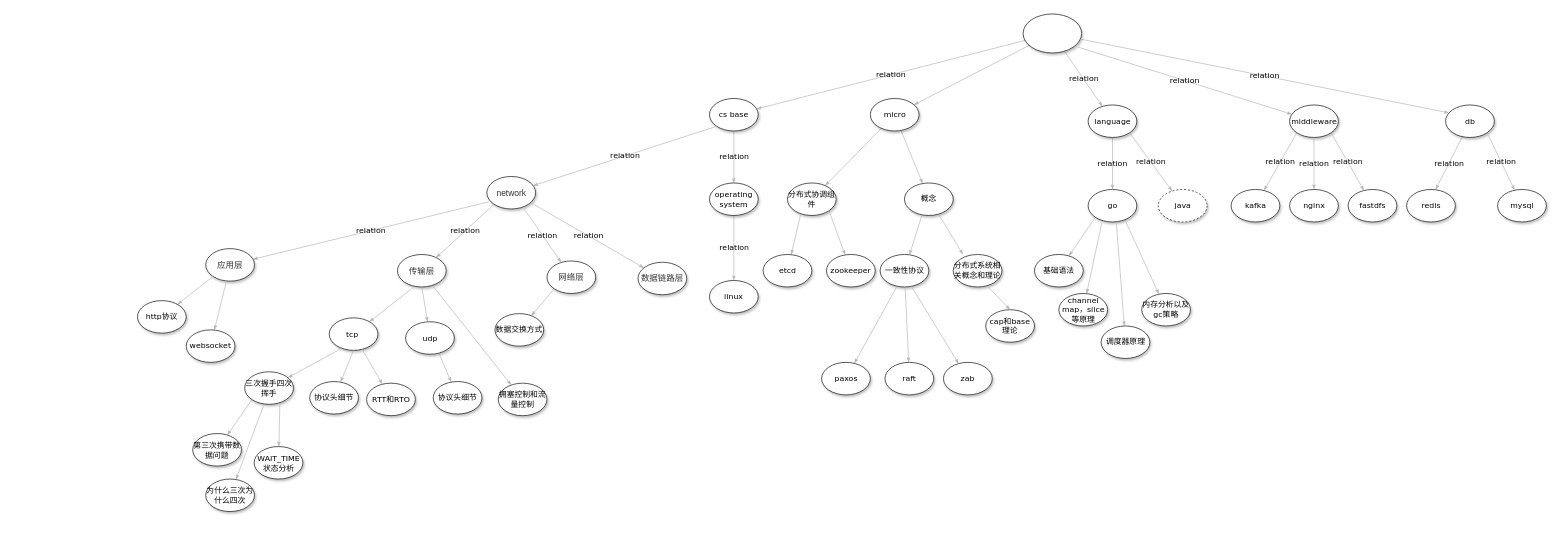
Before: interview-mindmap.drawio in yankooo/draw.io, a draw.io diagram. Source tidied: cells renumbered, new cells numbered last; positions are measured from the earlier drawing's top-left corner, leaving out a move shared by most shapes. Both pictures are drawn from the tidied source at 65%, with x=0, y=0 at pixel (137, 14).
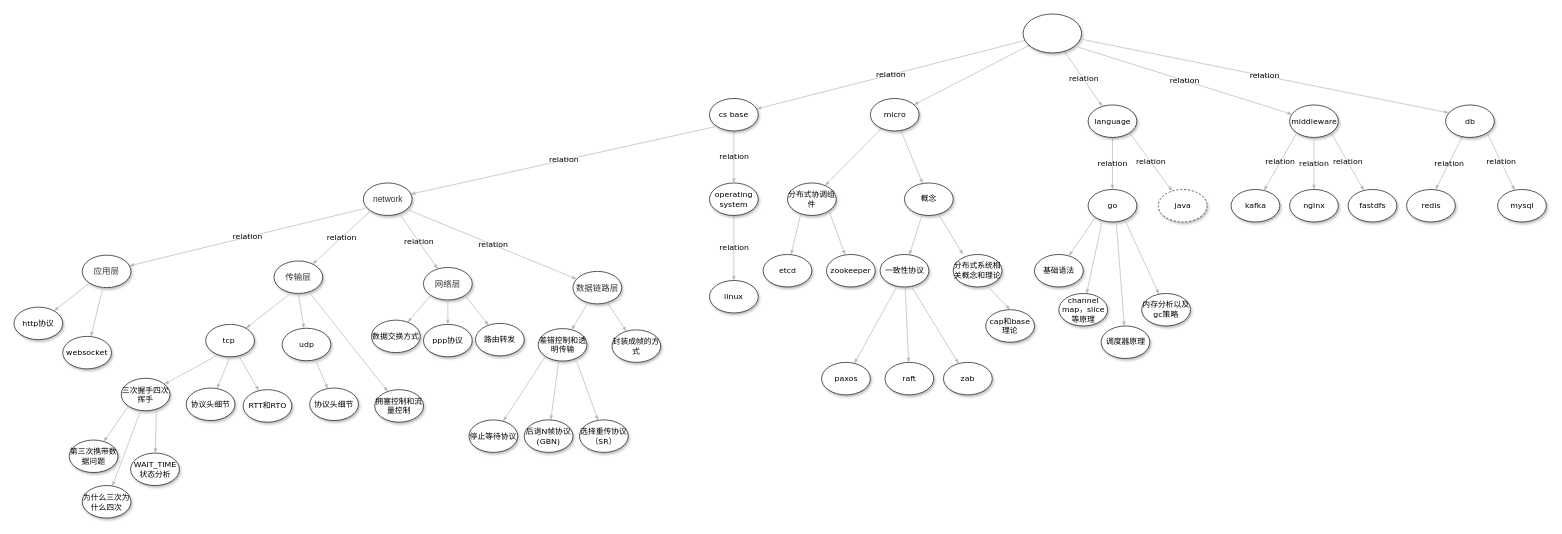
The same page after the edit.

Diff of the diagram source:
```diff
@@
     <mxCell id="36" value="&lt;font color=&quot;#333333&quot; face=&quot;arial&quot;&gt;&lt;span style=&quot;font-size: 13px ; background-color: rgb(255 , 255 , 255)&quot;&gt;network&lt;/span&gt;&lt;/font&gt;" style="ellipse;whiteSpace=wrap;html=1;rounded=0;shadow=1;comic=0;labelBackgroundColor=none;strokeWidth=1;fontFamily=Verdana;fontSize=12;align=center;" parent="1" vertex="1">
-      <mxGeometry x="537.5" y="250" width="75" height="50" as="geometry" />
+      <mxGeometry x="347.5" y="260" width="75" height="50" as="geometry" />
     </mxCell>
@@
     <mxCell id="62" value="&lt;font color=&quot;#333333&quot; face=&quot;arial&quot;&gt;&lt;span style=&quot;font-size: 13px&quot;&gt;传输层&lt;/span&gt;&lt;/font&gt;" style="ellipse;whiteSpace=wrap;html=1;rounded=0;shadow=1;comic=0;labelBackgroundColor=none;strokeWidth=1;fontFamily=Verdana;fontSize=12;align=center;" parent="1" vertex="1">
-      <mxGeometry x="400" y="370" width="75" height="50" as="geometry" />
+      <mxGeometry x="210" y="380" width="75" height="50" as="geometry" />
     </mxCell>
@@
     <mxCell id="64" value="&lt;font color=&quot;#333333&quot; face=&quot;arial&quot;&gt;&lt;span style=&quot;font-size: 13px&quot;&gt;应用层&lt;/span&gt;&lt;/font&gt;" style="ellipse;whiteSpace=wrap;html=1;rounded=0;shadow=1;comic=0;labelBackgroundColor=none;strokeWidth=1;fontFamily=Verdana;fontSize=12;align=center;" parent="1" vertex="1">
-      <mxGeometry x="105" y="361" width="75" height="50" as="geometry" />
+      <mxGeometry x="-85" y="371" width="75" height="50" as="geometry" />
     </mxCell>
@@
     <mxCell id="66" value="&lt;font color=&quot;#333333&quot; face=&quot;arial&quot;&gt;&lt;span style=&quot;font-size: 13px&quot;&gt;网络层&lt;/span&gt;&lt;/font&gt;" style="ellipse;whiteSpace=wrap;html=1;rounded=0;shadow=1;comic=0;labelBackgroundColor=none;strokeWidth=1;fontFamily=Verdana;fontSize=12;align=center;" parent="1" vertex="1">
-      <mxGeometry x="630" y="380" width="75" height="50" as="geometry" />
+      <mxGeometry x="440" y="390" width="75" height="50" as="geometry" />
     </mxCell>
@@
     <mxCell id="68" value="&lt;font color=&quot;#333333&quot; face=&quot;arial&quot;&gt;&lt;span style=&quot;font-size: 13px&quot;&gt;数据链路层&lt;/span&gt;&lt;/font&gt;" style="ellipse;whiteSpace=wrap;html=1;rounded=0;shadow=1;comic=0;labelBackgroundColor=none;strokeWidth=1;fontFamily=Verdana;fontSize=12;align=center;" parent="1" vertex="1">
-      <mxGeometry x="770" y="382" width="75" height="50" as="geometry" />
+      <mxGeometry x="670" y="396" width="75" height="50" as="geometry" />
     </mxCell>
@@
     <mxCell id="70" value="&lt;span&gt;http协议&lt;/span&gt;" style="ellipse;whiteSpace=wrap;html=1;rounded=0;shadow=1;comic=0;labelBackgroundColor=none;strokeWidth=1;fontFamily=Verdana;fontSize=12;align=center;" parent="1" vertex="1">
-      <mxGeometry y="441" width="75" height="50" as="geometry" />
+      <mxGeometry x="-190" y="451" width="75" height="50" as="geometry" />
     </mxCell>
@@
     <mxCell id="72" value="&lt;span&gt;websocket&lt;/span&gt;" style="ellipse;whiteSpace=wrap;html=1;rounded=0;shadow=1;comic=0;labelBackgroundColor=none;strokeWidth=1;fontFamily=Verdana;fontSize=12;align=center;" parent="1" vertex="1">
-      <mxGeometry x="75" y="486" width="75" height="50" as="geometry" />
+      <mxGeometry x="-115" y="496" width="75" height="50" as="geometry" />
     </mxCell>
@@
     <mxCell id="74" value="&lt;span&gt;tcp&amp;nbsp;&lt;/span&gt;" style="ellipse;whiteSpace=wrap;html=1;rounded=0;shadow=1;comic=0;labelBackgroundColor=none;strokeWidth=1;fontFamily=Verdana;fontSize=12;align=center;" parent="1" vertex="1">
-      <mxGeometry x="295" y="467.5" width="75" height="50" as="geometry" />
+      <mxGeometry x="105" y="477.5" width="75" height="50" as="geometry" />
     </mxCell>
@@
     <mxCell id="76" value="拥塞控制和流量控制" style="ellipse;whiteSpace=wrap;html=1;rounded=0;shadow=1;comic=0;labelBackgroundColor=none;strokeWidth=1;fontFamily=Verdana;fontSize=12;align=center;" parent="1" vertex="1">
-      <mxGeometry x="555" y="568" width="75" height="50" as="geometry" />
+      <mxGeometry x="365" y="578" width="75" height="50" as="geometry" />
     </mxCell>
@@
     <mxCell id="78" value="&lt;span&gt;udp&lt;/span&gt;" style="ellipse;whiteSpace=wrap;html=1;rounded=0;shadow=1;comic=0;labelBackgroundColor=none;strokeWidth=1;fontFamily=Verdana;fontSize=12;align=center;" parent="1" vertex="1">
-      <mxGeometry x="412.5" y="473.5" width="75" height="50" as="geometry" />
+      <mxGeometry x="222.5" y="483.5" width="75" height="50" as="geometry" />
     </mxCell>
@@
     <mxCell id="80" value="三次握手四次挥手" style="ellipse;whiteSpace=wrap;html=1;rounded=0;shadow=1;comic=0;labelBackgroundColor=none;strokeWidth=1;fontFamily=Verdana;fontSize=12;align=center;" parent="1" vertex="1">
-      <mxGeometry x="165" y="550.5" width="75" height="50" as="geometry" />
+      <mxGeometry x="-25" y="560.5" width="75" height="50" as="geometry" />
     </mxCell>
@@
     <mxCell id="82" value="第三次携带数据问题" style="ellipse;whiteSpace=wrap;html=1;rounded=0;shadow=1;comic=0;labelBackgroundColor=none;strokeWidth=1;fontFamily=Verdana;fontSize=12;align=center;" parent="1" vertex="1">
-      <mxGeometry x="85" y="645.5" width="75" height="50" as="geometry" />
+      <mxGeometry x="-105" y="655.5" width="75" height="50" as="geometry" />
     </mxCell>
@@
     <mxCell id="84" value="为什么三次为什么四次" style="ellipse;whiteSpace=wrap;html=1;rounded=0;shadow=1;comic=0;labelBackgroundColor=none;strokeWidth=1;fontFamily=Verdana;fontSize=12;align=center;" parent="1" vertex="1">
-      <mxGeometry x="105" y="715.5" width="75" height="50" as="geometry" />
+      <mxGeometry x="-85" y="725.5" width="75" height="50" as="geometry" />
     </mxCell>
@@
     <mxCell id="86" value="WAIT_TIME状态分析" style="ellipse;whiteSpace=wrap;html=1;rounded=0;shadow=1;comic=0;labelBackgroundColor=none;strokeWidth=1;fontFamily=Verdana;fontSize=12;align=center;" parent="1" vertex="1">
-      <mxGeometry x="179.5" y="665.5" width="75" height="50" as="geometry" />
+      <mxGeometry x="-10.5" y="675.5" width="75" height="50" as="geometry" />
     </mxCell>
@@
     <mxCell id="88" value="协议头细节" style="ellipse;whiteSpace=wrap;html=1;rounded=0;shadow=1;comic=0;labelBackgroundColor=none;strokeWidth=1;fontFamily=Verdana;fontSize=12;align=center;" parent="1" vertex="1">
-      <mxGeometry x="265" y="565.5" width="75" height="50" as="geometry" />
+      <mxGeometry x="75" y="575.5" width="75" height="50" as="geometry" />
     </mxCell>
@@
     <mxCell id="90" value="RTT和RTO" style="ellipse;whiteSpace=wrap;html=1;rounded=0;shadow=1;comic=0;labelBackgroundColor=none;strokeWidth=1;fontFamily=Verdana;fontSize=12;align=center;" parent="1" vertex="1">
-      <mxGeometry x="352.5" y="568" width="75" height="50" as="geometry" />
+      <mxGeometry x="162.5" y="578" width="75" height="50" as="geometry" />
     </mxCell>
@@
     <mxCell id="92" value="协议头细节" style="ellipse;whiteSpace=wrap;html=1;rounded=0;shadow=1;comic=0;labelBackgroundColor=none;strokeWidth=1;fontFamily=Verdana;fontSize=12;align=center;" parent="1" vertex="1">
-      <mxGeometry x="455" y="565.5" width="75" height="50" as="geometry" />
+      <mxGeometry x="265" y="575.5" width="75" height="50" as="geometry" />
     </mxCell>
@@
     <mxCell id="94" value="数据交换方式" style="ellipse;whiteSpace=wrap;html=1;rounded=0;shadow=1;comic=0;labelBackgroundColor=none;strokeWidth=1;fontFamily=Verdana;fontSize=12;align=center;" parent="1" vertex="1">
-      <mxGeometry x="550" y="461" width="75" height="50" as="geometry" />
+      <mxGeometry x="360" y="471" width="75" height="50" as="geometry" />
     </mxCell>
+    <mxCell id="95" style="edgeStyle=none;rounded=1;html=1;labelBackgroundColor=none;startArrow=none;startFill=0;startSize=5;endArrow=classicThin;endFill=1;endSize=5;jettySize=auto;strokeColor=#B3B3B3;strokeWidth=1;fontFamily=Verdana;fontSize=12;" parent="1" edge="1" source="66" target="96">
+      <mxGeometry relative="1" as="geometry" />
+    </mxCell>
+    <mxCell id="96" value="ppp协议" style="ellipse;whiteSpace=wrap;html=1;rounded=0;shadow=1;comic=0;labelBackgroundColor=none;strokeWidth=1;fontFamily=Verdana;fontSize=12;align=center;" parent="1" vertex="1">
+      <mxGeometry x="440" y="477.5" width="75" height="50" as="geometry" />
+    </mxCell>
+    <mxCell id="97" style="edgeStyle=none;rounded=1;html=1;labelBackgroundColor=none;startArrow=none;startFill=0;startSize=5;endArrow=classicThin;endFill=1;endSize=5;jettySize=auto;strokeColor=#B3B3B3;strokeWidth=1;fontFamily=Verdana;fontSize=12;exitX=1;exitY=1;exitDx=0;exitDy=0;" parent="1" edge="1" source="66" target="98">
+      <mxGeometry relative="1" as="geometry" />
+    </mxCell>
+    <mxCell id="98" value="路由转发" style="ellipse;whiteSpace=wrap;html=1;rounded=0;shadow=1;comic=0;labelBackgroundColor=none;strokeWidth=1;fontFamily=Verdana;fontSize=12;align=center;" parent="1" vertex="1">
+      <mxGeometry x="520" y="476" width="75" height="50" as="geometry" />
+    </mxCell>
+    <mxCell id="99" style="edgeStyle=none;rounded=1;html=1;labelBackgroundColor=none;startArrow=none;startFill=0;startSize=5;endArrow=classicThin;endFill=1;endSize=5;jettySize=auto;strokeColor=#B3B3B3;strokeWidth=1;fontFamily=Verdana;fontSize=12;exitX=0.307;exitY=0.96;exitDx=0;exitDy=0;exitPerimeter=0;" parent="1" edge="1" source="68" target="100">
+      <mxGeometry relative="1" as="geometry" />
+    </mxCell>
+    <mxCell id="100" value="差错控制和透明传输" style="ellipse;whiteSpace=wrap;html=1;rounded=0;shadow=1;comic=0;labelBackgroundColor=none;strokeWidth=1;fontFamily=Verdana;fontSize=12;align=center;" parent="1" vertex="1">
+      <mxGeometry x="616.5" y="484" width="75" height="50" as="geometry" />
+    </mxCell>
+    <mxCell id="101" style="edgeStyle=none;rounded=1;html=1;labelBackgroundColor=none;startArrow=none;startFill=0;startSize=5;endArrow=classicThin;endFill=1;endSize=5;jettySize=auto;strokeColor=#B3B3B3;strokeWidth=1;fontFamily=Verdana;fontSize=12;" parent="1" edge="1" source="68" target="102">
+      <mxGeometry relative="1" as="geometry" />
+    </mxCell>
+    <mxCell id="102" value="封装成帧的方式" style="ellipse;whiteSpace=wrap;html=1;rounded=0;shadow=1;comic=0;labelBackgroundColor=none;strokeWidth=1;fontFamily=Verdana;fontSize=12;align=center;" parent="1" vertex="1">
+      <mxGeometry x="730" y="486" width="75" height="50" as="geometry" />
+    </mxCell>
+    <mxCell id="103" style="edgeStyle=none;rounded=1;html=1;labelBackgroundColor=none;startArrow=none;startFill=0;startSize=5;endArrow=classicThin;endFill=1;endSize=5;jettySize=auto;strokeColor=#B3B3B3;strokeWidth=1;fontFamily=Verdana;fontSize=12;exitX=0;exitY=1;exitDx=0;exitDy=0;" parent="1" edge="1" source="100" target="104">
+      <mxGeometry relative="1" as="geometry" />
+    </mxCell>
+    <mxCell id="104" value="停止等待协议" style="ellipse;whiteSpace=wrap;html=1;rounded=0;shadow=1;comic=0;labelBackgroundColor=none;strokeWidth=1;fontFamily=Verdana;fontSize=12;align=center;" parent="1" vertex="1">
+      <mxGeometry x="510" y="624.5" width="75" height="50" as="geometry" />
+    </mxCell>
+    <mxCell id="105" style="edgeStyle=none;rounded=1;html=1;labelBackgroundColor=none;startArrow=none;startFill=0;startSize=5;endArrow=classicThin;endFill=1;endSize=5;jettySize=auto;strokeColor=#B3B3B3;strokeWidth=1;fontFamily=Verdana;fontSize=12;exitX=0.42;exitY=1.02;exitDx=0;exitDy=0;exitPerimeter=0;" parent="1" edge="1" source="100" target="106">
+      <mxGeometry relative="1" as="geometry" />
+    </mxCell>
+    <mxCell id="106" value="后退N帧协议(GBN)" style="ellipse;whiteSpace=wrap;html=1;rounded=0;shadow=1;comic=0;labelBackgroundColor=none;strokeWidth=1;fontFamily=Verdana;fontSize=12;align=center;" parent="1" vertex="1">
+      <mxGeometry x="595" y="624.5" width="75" height="50" as="geometry" />
+    </mxCell>
+    <mxCell id="107" style="edgeStyle=none;rounded=1;html=1;labelBackgroundColor=none;startArrow=none;startFill=0;startSize=5;endArrow=classicThin;endFill=1;endSize=5;jettySize=auto;strokeColor=#B3B3B3;strokeWidth=1;fontFamily=Verdana;fontSize=12;exitX=0.793;exitY=1.02;exitDx=0;exitDy=0;exitPerimeter=0;" parent="1" edge="1" source="100" target="108">
+      <mxGeometry relative="1" as="geometry" />
+    </mxCell>
+    <mxCell id="108" value="选择重传协议（SR）" style="ellipse;whiteSpace=wrap;html=1;rounded=0;shadow=1;comic=0;labelBackgroundColor=none;strokeWidth=1;fontFamily=Verdana;fontSize=12;align=center;" parent="1" vertex="1">
+      <mxGeometry x="680" y="624.5" width="75" height="50" as="geometry" />
+    </mxCell>
```
